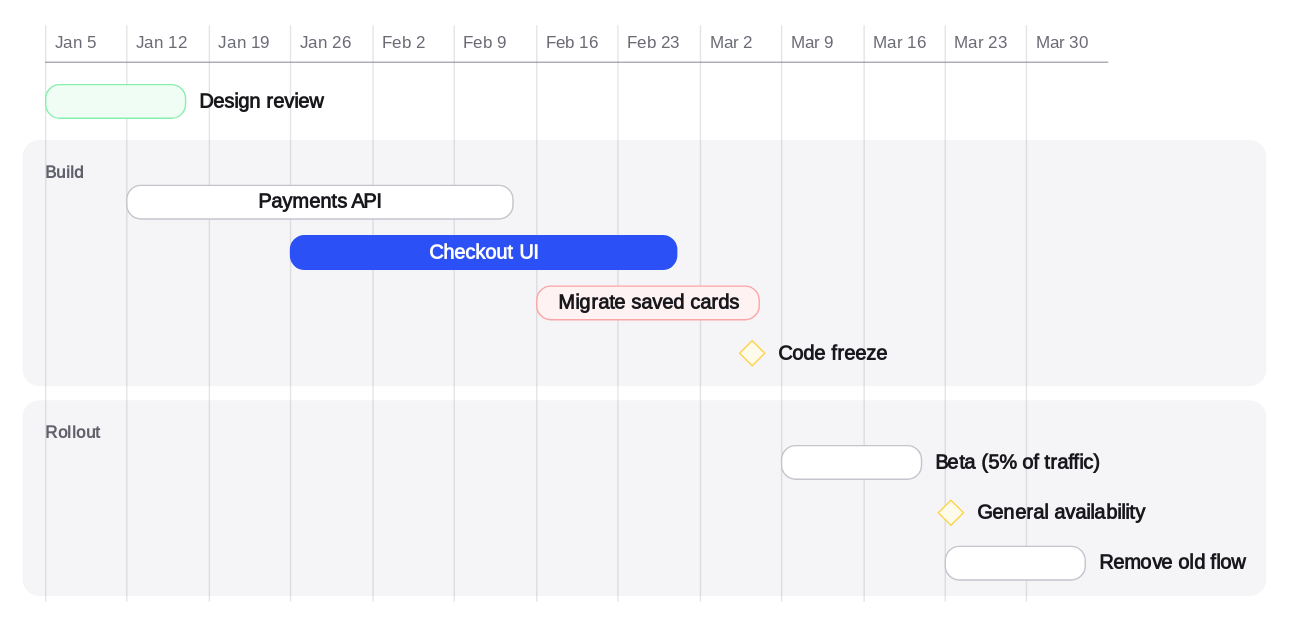
Before: docs/gallery/launch-timeline-light.drawio.svg, a diagram exported from draw.io (itsthecsguy/linework). Source tidied: cells renumbered, new cells last; positions are measured from the earlier drawing's top-left corner, leaving out a move shared by most shapes.
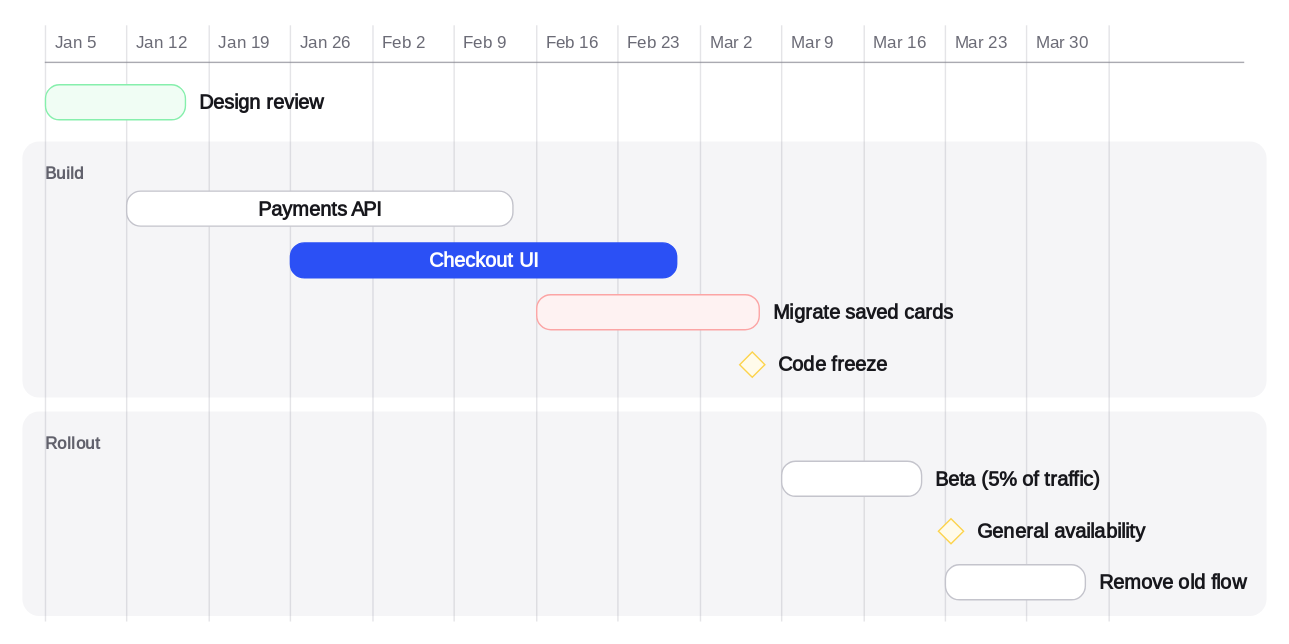
After the commit.

The edit, as a diff of the source:
```diff
@@ -3,115 +3,118 @@
     <mxCell id="0" />
     <mxCell id="1" parent="0" />
     <mxCell id="2" value="Build" style="rounded=1;absoluteArcSize=1;arcSize=24;html=1;whiteSpace=wrap;fillColor=#F5F5F7;strokeColor=none;strokeWidth=1;verticalAlign=top;align=left;spacingLeft=14;spacingTop=9;fontFamily=IBM Plex Sans, -apple-system, BlinkMacSystemFont, Segoe UI, Roboto, Helvetica Neue, Arial, sans-serif;fontSize=12;fontColor=#61616C;fontStyle=1;" parent="1" vertex="1">
-      <mxGeometry y="84" width="889" height="176" as="geometry" />
+      <mxGeometry y="85" width="889" height="183" as="geometry" />
     </mxCell>
     <mxCell id="3" value="Rollout" style="rounded=1;absoluteArcSize=1;arcSize=24;html=1;whiteSpace=wrap;fillColor=#F5F5F7;strokeColor=none;strokeWidth=1;verticalAlign=top;align=left;spacingLeft=14;spacingTop=9;fontFamily=IBM Plex Sans, -apple-system, BlinkMacSystemFont, Segoe UI, Roboto, Helvetica Neue, Arial, sans-serif;fontSize=12;fontColor=#61616C;fontStyle=1;" parent="1" vertex="1">
-      <mxGeometry y="270" width="889" height="140" as="geometry" />
+      <mxGeometry y="278" width="889" height="146" as="geometry" />
     </mxCell>
     <mxCell id="4" value="Jan 5" style="text;html=1;align=left;verticalAlign=middle;fontFamily=IBM Plex Sans, -apple-system, BlinkMacSystemFont, Segoe UI, Roboto, Helvetica Neue, Arial, sans-serif;fontSize=12;fontColor=#6B6B76;" parent="1" vertex="1">
       <mxGeometry x="21" width="52" height="28" as="geometry" />
     </mxCell>
     <mxCell id="5" style="rounded=0;html=1;fillColor=#868691;strokeColor=none;opacity=22;" parent="1" vertex="1">
-      <mxGeometry x="16" y="2" width="1" height="412" as="geometry" />
+      <mxGeometry x="16" y="2" width="1" height="426" as="geometry" />
     </mxCell>
     <mxCell id="6" value="Jan 12" style="text;html=1;align=left;verticalAlign=middle;fontFamily=IBM Plex Sans, -apple-system, BlinkMacSystemFont, Segoe UI, Roboto, Helvetica Neue, Arial, sans-serif;fontSize=12;fontColor=#6B6B76;" parent="1" vertex="1">
       <mxGeometry x="79" width="52" height="28" as="geometry" />
     </mxCell>
     <mxCell id="7" style="rounded=0;html=1;fillColor=#868691;strokeColor=none;opacity=22;" parent="1" vertex="1">
-      <mxGeometry x="74" y="2" width="1" height="412" as="geometry" />
+      <mxGeometry x="74" y="2" width="1" height="426" as="geometry" />
     </mxCell>
     <mxCell id="8" value="Jan 19" style="text;html=1;align=left;verticalAlign=middle;fontFamily=IBM Plex Sans, -apple-system, BlinkMacSystemFont, Segoe UI, Roboto, Helvetica Neue, Arial, sans-serif;fontSize=12;fontColor=#6B6B76;" parent="1" vertex="1">
       <mxGeometry x="138" width="52" height="28" as="geometry" />
     </mxCell>
     <mxCell id="9" style="rounded=0;html=1;fillColor=#868691;strokeColor=none;opacity=22;" parent="1" vertex="1">
-      <mxGeometry x="133" y="2" width="1" height="412" as="geometry" />
+      <mxGeometry x="133" y="2" width="1" height="426" as="geometry" />
     </mxCell>
     <mxCell id="10" value="Jan 26" style="text;html=1;align=left;verticalAlign=middle;fontFamily=IBM Plex Sans, -apple-system, BlinkMacSystemFont, Segoe UI, Roboto, Helvetica Neue, Arial, sans-serif;fontSize=12;fontColor=#6B6B76;" parent="1" vertex="1">
       <mxGeometry x="196" width="52" height="28" as="geometry" />
     </mxCell>
     <mxCell id="11" style="rounded=0;html=1;fillColor=#868691;strokeColor=none;opacity=22;" parent="1" vertex="1">
-      <mxGeometry x="191" y="2" width="1" height="412" as="geometry" />
+      <mxGeometry x="191" y="2" width="1" height="426" as="geometry" />
     </mxCell>
     <mxCell id="12" value="Feb 2" style="text;html=1;align=left;verticalAlign=middle;fontFamily=IBM Plex Sans, -apple-system, BlinkMacSystemFont, Segoe UI, Roboto, Helvetica Neue, Arial, sans-serif;fontSize=12;fontColor=#6B6B76;" parent="1" vertex="1">
       <mxGeometry x="255" width="52" height="28" as="geometry" />
     </mxCell>
     <mxCell id="13" style="rounded=0;html=1;fillColor=#868691;strokeColor=none;opacity=22;" parent="1" vertex="1">
-      <mxGeometry x="250" y="2" width="1" height="412" as="geometry" />
+      <mxGeometry x="250" y="2" width="1" height="426" as="geometry" />
     </mxCell>
     <mxCell id="14" value="Feb 9" style="text;html=1;align=left;verticalAlign=middle;fontFamily=IBM Plex Sans, -apple-system, BlinkMacSystemFont, Segoe UI, Roboto, Helvetica Neue, Arial, sans-serif;fontSize=12;fontColor=#6B6B76;" parent="1" vertex="1">
       <mxGeometry x="313" width="52" height="28" as="geometry" />
     </mxCell>
     <mxCell id="15" style="rounded=0;html=1;fillColor=#868691;strokeColor=none;opacity=22;" parent="1" vertex="1">
-      <mxGeometry x="308" y="2" width="1" height="412" as="geometry" />
+      <mxGeometry x="308" y="2" width="1" height="426" as="geometry" />
     </mxCell>
     <mxCell id="16" value="Feb 16" style="text;html=1;align=left;verticalAlign=middle;fontFamily=IBM Plex Sans, -apple-system, BlinkMacSystemFont, Segoe UI, Roboto, Helvetica Neue, Arial, sans-serif;fontSize=12;fontColor=#6B6B76;" parent="1" vertex="1">
       <mxGeometry x="372" width="52" height="28" as="geometry" />
     </mxCell>
     <mxCell id="17" style="rounded=0;html=1;fillColor=#868691;strokeColor=none;opacity=22;" parent="1" vertex="1">
-      <mxGeometry x="367" y="2" width="1" height="412" as="geometry" />
+      <mxGeometry x="367" y="2" width="1" height="426" as="geometry" />
     </mxCell>
     <mxCell id="18" value="Feb 23" style="text;html=1;align=left;verticalAlign=middle;fontFamily=IBM Plex Sans, -apple-system, BlinkMacSystemFont, Segoe UI, Roboto, Helvetica Neue, Arial, sans-serif;fontSize=12;fontColor=#6B6B76;" parent="1" vertex="1">
       <mxGeometry x="430" width="52" height="28" as="geometry" />
     </mxCell>
     <mxCell id="19" style="rounded=0;html=1;fillColor=#868691;strokeColor=none;opacity=22;" parent="1" vertex="1">
-      <mxGeometry x="425" y="2" width="1" height="412" as="geometry" />
+      <mxGeometry x="425" y="2" width="1" height="426" as="geometry" />
     </mxCell>
     <mxCell id="20" value="Mar 2" style="text;html=1;align=left;verticalAlign=middle;fontFamily=IBM Plex Sans, -apple-system, BlinkMacSystemFont, Segoe UI, Roboto, Helvetica Neue, Arial, sans-serif;fontSize=12;fontColor=#6B6B76;" parent="1" vertex="1">
       <mxGeometry x="489" width="52" height="28" as="geometry" />
     </mxCell>
     <mxCell id="21" style="rounded=0;html=1;fillColor=#868691;strokeColor=none;opacity=22;" parent="1" vertex="1">
-      <mxGeometry x="484" y="2" width="1" height="412" as="geometry" />
+      <mxGeometry x="484" y="2" width="1" height="426" as="geometry" />
     </mxCell>
     <mxCell id="22" value="Mar 9" style="text;html=1;align=left;verticalAlign=middle;fontFamily=IBM Plex Sans, -apple-system, BlinkMacSystemFont, Segoe UI, Roboto, Helvetica Neue, Arial, sans-serif;fontSize=12;fontColor=#6B6B76;" parent="1" vertex="1">
       <mxGeometry x="547" width="52" height="28" as="geometry" />
     </mxCell>
     <mxCell id="23" style="rounded=0;html=1;fillColor=#868691;strokeColor=none;opacity=22;" parent="1" vertex="1">
-      <mxGeometry x="542" y="2" width="1" height="412" as="geometry" />
+      <mxGeometry x="542" y="2" width="1" height="426" as="geometry" />
     </mxCell>
     <mxCell id="24" value="Mar 16" style="text;html=1;align=left;verticalAlign=middle;fontFamily=IBM Plex Sans, -apple-system, BlinkMacSystemFont, Segoe UI, Roboto, Helvetica Neue, Arial, sans-serif;fontSize=12;fontColor=#6B6B76;" parent="1" vertex="1">
       <mxGeometry x="606" width="52" height="28" as="geometry" />
     </mxCell>
     <mxCell id="25" style="rounded=0;html=1;fillColor=#868691;strokeColor=none;opacity=22;" parent="1" vertex="1">
-      <mxGeometry x="601" y="2" width="1" height="412" as="geometry" />
+      <mxGeometry x="601" y="2" width="1" height="426" as="geometry" />
     </mxCell>
     <mxCell id="26" value="Mar 23" style="text;html=1;align=left;verticalAlign=middle;fontFamily=IBM Plex Sans, -apple-system, BlinkMacSystemFont, Segoe UI, Roboto, Helvetica Neue, Arial, sans-serif;fontSize=12;fontColor=#6B6B76;" parent="1" vertex="1">
       <mxGeometry x="664" width="52" height="28" as="geometry" />
     </mxCell>
     <mxCell id="27" style="rounded=0;html=1;fillColor=#868691;strokeColor=none;opacity=22;" parent="1" vertex="1">
-      <mxGeometry x="659" y="2" width="1" height="412" as="geometry" />
+      <mxGeometry x="659" y="2" width="1" height="426" as="geometry" />
     </mxCell>
     <mxCell id="28" value="Mar 30" style="text;html=1;align=left;verticalAlign=middle;fontFamily=IBM Plex Sans, -apple-system, BlinkMacSystemFont, Segoe UI, Roboto, Helvetica Neue, Arial, sans-serif;fontSize=12;fontColor=#6B6B76;" parent="1" vertex="1">
       <mxGeometry x="722" width="52" height="28" as="geometry" />
     </mxCell>
     <mxCell id="29" style="rounded=0;html=1;fillColor=#868691;strokeColor=none;opacity=22;" parent="1" vertex="1">
-      <mxGeometry x="717" y="2" width="1" height="412" as="geometry" />
+      <mxGeometry x="717" y="2" width="1" height="426" as="geometry" />
     </mxCell>
+    <mxCell id="39" style="rounded=0;html=1;fillColor=#868691;strokeColor=none;opacity=22;" parent="1" vertex="1">
+      <mxGeometry x="776" y="2" width="1" height="426" as="geometry" />
+    </mxCell>
     <mxCell id="30" style="rounded=0;html=1;fillColor=#868691;strokeColor=none;opacity=70;" parent="1" vertex="1">
-      <mxGeometry x="16" y="28" width="760" height="1" as="geometry" />
+      <mxGeometry x="16" y="28" width="857" height="1" as="geometry" />
     </mxCell>
     <mxCell id="31" value="&lt;span style=&quot;font-weight:600&quot;&gt;Design review&lt;/span&gt;" style="rounded=1;absoluteArcSize=1;arcSize=20;html=1;spacingLeft=12;spacingRight=12;fontFamily=IBM Plex Sans, -apple-system, BlinkMacSystemFont, Segoe UI, Roboto, Helvetica Neue, Arial, sans-serif;fontSize=14;fontColor=#17171C;fillColor=#F0FDF4;strokeColor=#86EFAC;strokeWidth=1;labelPosition=right;verticalLabelPosition=middle;align=left;spacingLeft=8;fontColor=#17171C;" parent="1" vertex="1">
-      <mxGeometry x="16" y="44" width="100" height="24" as="geometry" />
+      <mxGeometry x="16" y="44" width="100" height="25" as="geometry" />
     </mxCell>
     <mxCell id="32" value="&lt;span style=&quot;font-weight:600&quot;&gt;Payments API&lt;/span&gt;" style="rounded=1;absoluteArcSize=1;arcSize=20;html=1;spacingLeft=12;spacingRight=12;fontFamily=IBM Plex Sans, -apple-system, BlinkMacSystemFont, Segoe UI, Roboto, Helvetica Neue, Arial, sans-serif;fontSize=14;fontColor=#17171C;fillColor=#FFFFFF;strokeColor=#C4C4CC;strokeWidth=1;" parent="1" vertex="1">
-      <mxGeometry x="74" y="116" width="276" height="24" as="geometry" />
+      <mxGeometry x="74" y="120" width="276" height="25" as="geometry" />
     </mxCell>
     <mxCell id="33" value="&lt;span style=&quot;font-weight:600&quot;&gt;Checkout UI&lt;/span&gt;" style="rounded=1;absoluteArcSize=1;arcSize=20;html=1;spacingLeft=12;spacingRight=12;fontFamily=IBM Plex Sans, -apple-system, BlinkMacSystemFont, Segoe UI, Roboto, Helvetica Neue, Arial, sans-serif;fontSize=14;fontColor=#FFFFFF;fillColor=#2B50F5;strokeColor=#2B50F5;strokeWidth=1;" parent="1" vertex="1">
-      <mxGeometry x="191" y="152" width="276" height="24" as="geometry" />
+      <mxGeometry x="191" y="157" width="276" height="25" as="geometry" />
     </mxCell>
-    <mxCell id="34" value="&lt;span style=&quot;font-weight:600&quot;&gt;Migrate saved cards&lt;/span&gt;" style="rounded=1;absoluteArcSize=1;arcSize=20;html=1;spacingLeft=12;spacingRight=12;fontFamily=IBM Plex Sans, -apple-system, BlinkMacSystemFont, Segoe UI, Roboto, Helvetica Neue, Arial, sans-serif;fontSize=14;fontColor=#17171C;fillColor=#FEF2F2;strokeColor=#FCA5A5;strokeWidth=1;" parent="1" vertex="1">
-      <mxGeometry x="367" y="188" width="159" height="24" as="geometry" />
+    <mxCell id="34" value="&lt;span style=&quot;font-weight:600&quot;&gt;Migrate saved cards&lt;/span&gt;" style="rounded=1;absoluteArcSize=1;arcSize=20;html=1;spacingLeft=12;spacingRight=12;fontFamily=IBM Plex Sans, -apple-system, BlinkMacSystemFont, Segoe UI, Roboto, Helvetica Neue, Arial, sans-serif;fontSize=14;fontColor=#17171C;fillColor=#FEF2F2;strokeColor=#FCA5A5;strokeWidth=1;labelPosition=right;verticalLabelPosition=middle;align=left;spacingLeft=8;fontColor=#17171C;" parent="1" vertex="1">
+      <mxGeometry x="367" y="194" width="159" height="25" as="geometry" />
     </mxCell>
     <mxCell id="35" value="&lt;span style=&quot;font-weight:600&quot;&gt;Code freeze&lt;/span&gt;" style="rhombus;html=1;spacingLeft=12;spacingRight=12;fontFamily=IBM Plex Sans, -apple-system, BlinkMacSystemFont, Segoe UI, Roboto, Helvetica Neue, Arial, sans-serif;fontSize=14;fontColor=#17171C;fillColor=#FFFBEB;strokeColor=#FCD34D;strokeWidth=1;spacingLeft=0;spacingRight=0;labelPosition=right;verticalLabelPosition=middle;align=left;spacingLeft=8;fontColor=#17171C;" parent="1" vertex="1">
-      <mxGeometry x="512" y="227" width="18" height="18" as="geometry" />
+      <mxGeometry x="512" y="235" width="18" height="18" as="geometry" />
     </mxCell>
     <mxCell id="36" value="&lt;span style=&quot;font-weight:600&quot;&gt;Beta (5% of traffic)&lt;/span&gt;" style="rounded=1;absoluteArcSize=1;arcSize=20;html=1;spacingLeft=12;spacingRight=12;fontFamily=IBM Plex Sans, -apple-system, BlinkMacSystemFont, Segoe UI, Roboto, Helvetica Neue, Arial, sans-serif;fontSize=14;fontColor=#17171C;fillColor=#FFFFFF;strokeColor=#C4C4CC;strokeWidth=1;labelPosition=right;verticalLabelPosition=middle;align=left;spacingLeft=8;fontColor=#17171C;" parent="1" vertex="1">
-      <mxGeometry x="542" y="302" width="100" height="24" as="geometry" />
+      <mxGeometry x="542" y="313" width="100" height="25" as="geometry" />
     </mxCell>
     <mxCell id="37" value="&lt;span style=&quot;font-weight:600&quot;&gt;General availability&lt;/span&gt;" style="rhombus;html=1;spacingLeft=12;spacingRight=12;fontFamily=IBM Plex Sans, -apple-system, BlinkMacSystemFont, Segoe UI, Roboto, Helvetica Neue, Arial, sans-serif;fontSize=14;fontColor=#17171C;fillColor=#FFFBEB;strokeColor=#FCD34D;strokeWidth=1;spacingLeft=0;spacingRight=0;labelPosition=right;verticalLabelPosition=middle;align=left;spacingLeft=8;fontColor=#17171C;" parent="1" vertex="1">
-      <mxGeometry x="654" y="341" width="18" height="18" as="geometry" />
+      <mxGeometry x="654" y="354" width="18" height="18" as="geometry" />
     </mxCell>
     <mxCell id="38" value="&lt;span style=&quot;font-weight:600&quot;&gt;Remove old flow&lt;/span&gt;" style="rounded=1;absoluteArcSize=1;arcSize=20;html=1;spacingLeft=12;spacingRight=12;fontFamily=IBM Plex Sans, -apple-system, BlinkMacSystemFont, Segoe UI, Roboto, Helvetica Neue, Arial, sans-serif;fontSize=14;fontColor=#17171C;fillColor=#FFFFFF;strokeColor=#C4C4CC;strokeWidth=1;labelPosition=right;verticalLabelPosition=middle;align=left;spacingLeft=8;fontColor=#17171C;" parent="1" vertex="1">
-      <mxGeometry x="659" y="374" width="100" height="24" as="geometry" />
+      <mxGeometry x="659" y="387" width="100" height="25" as="geometry" />
     </mxCell>
   </root>
 </mxGraphModel>
```
